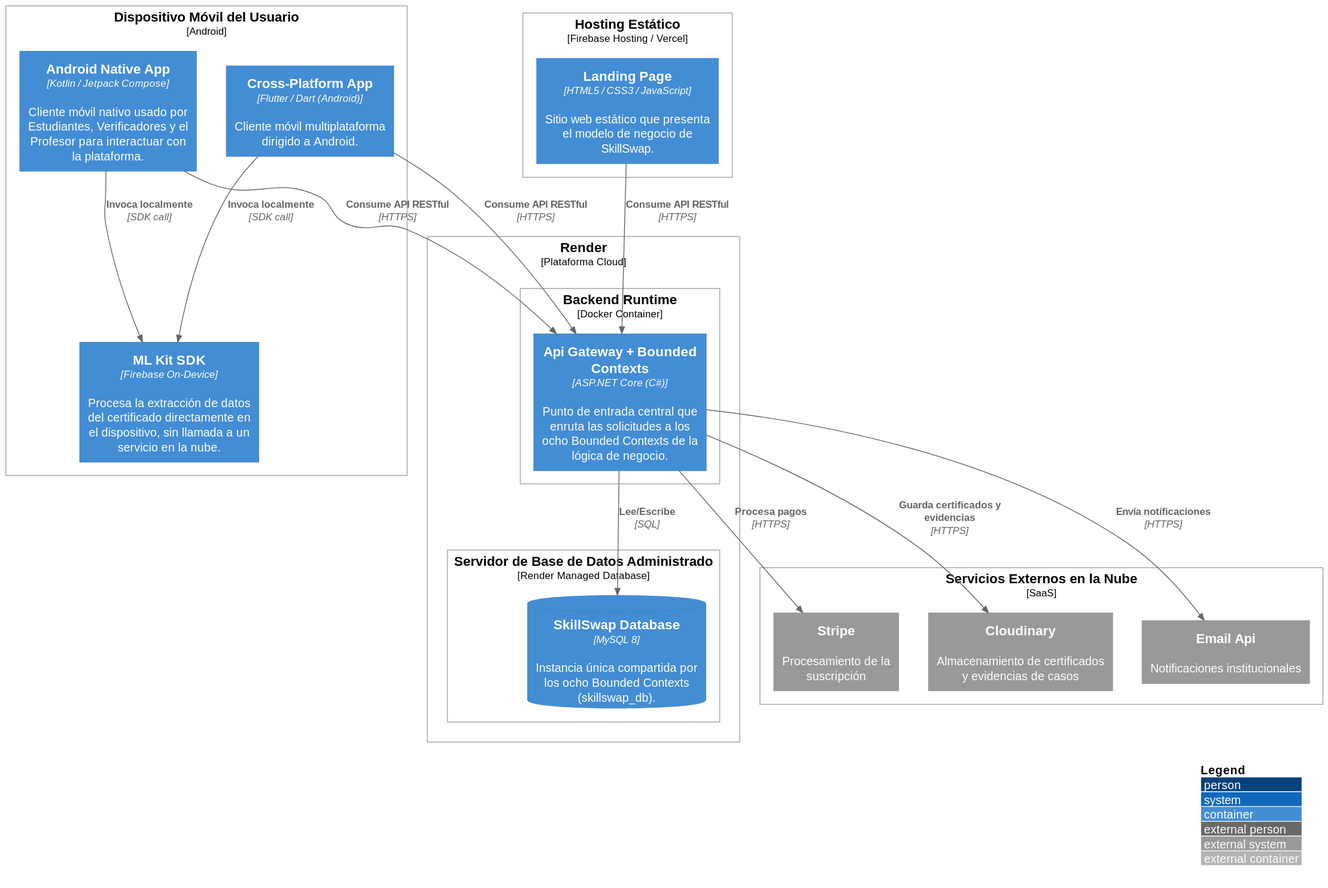
Before: images-doc/SkillSwapDeployment.svg, a diagram exported from PlantUML (Aplicaciones-Dispositivos-Moviles/SkillSwap-ProjectReport).
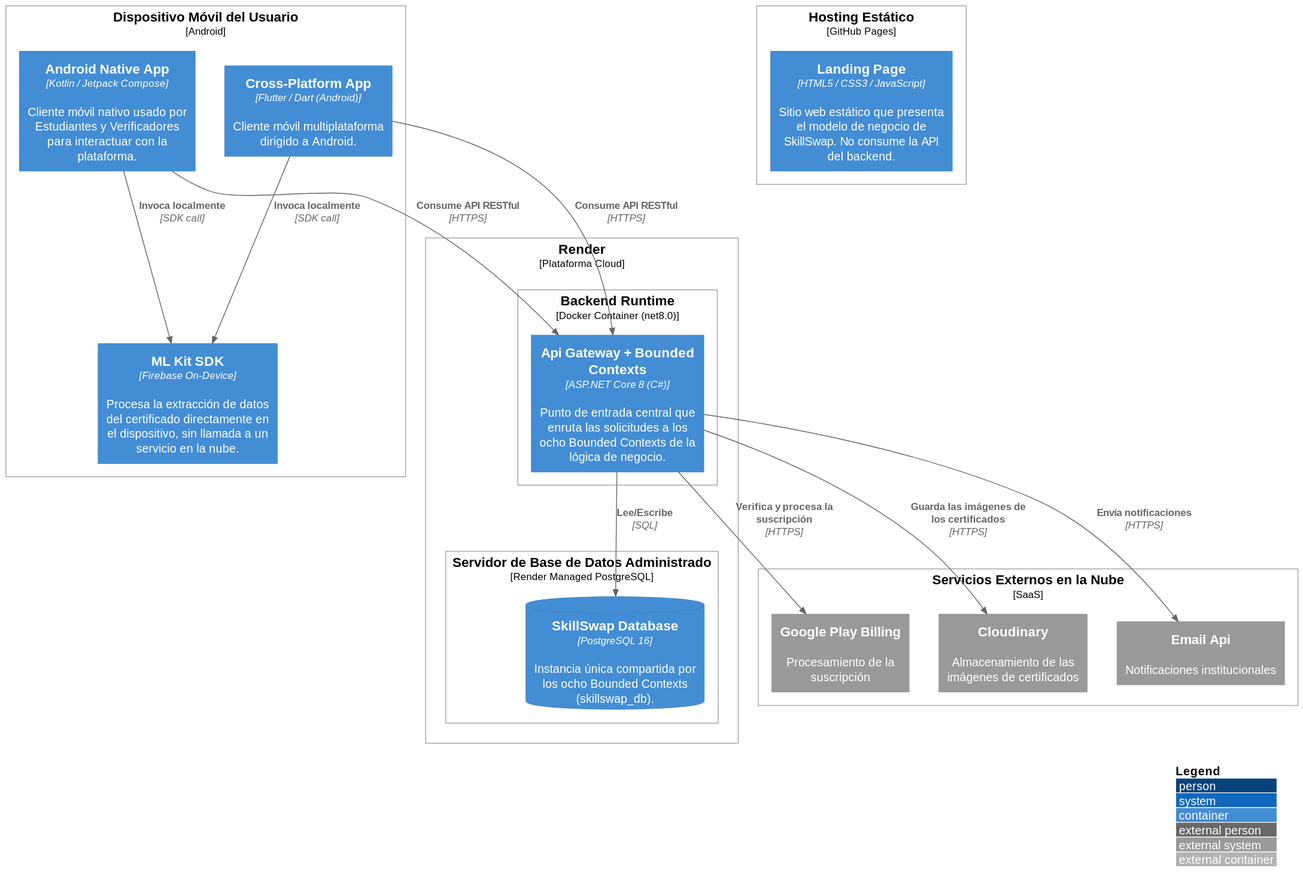
After the commit.

The edit, as a diff of the source:
```diff
@@ -4,28 +4,28 @@
 LAYOUT_WITH_LEGEND()
 
 Deployment_Node(userDevice, "Dispositivo Móvil del Usuario", "Android"){
-    Container(androidApp, "Android Native App", "Kotlin / Jetpack Compose", "Cliente móvil nativo usado por Estudiantes, Verificadores y el Profesor para interactuar con la plataforma.")
+    Container(androidApp, "Android Native App", "Kotlin / Jetpack Compose", "Cliente móvil nativo usado por Estudiantes y Verificadores para interactuar con la plataforma.")
     Container(flutterApp, "Cross-Platform App", "Flutter / Dart (Android)", "Cliente móvil multiplataforma dirigido a Android.")
     Container(mlKitSdk, "ML Kit SDK", "Firebase On-Device", "Procesa la extracción de datos del certificado directamente en el dispositivo, sin llamada a un servicio en la nube.")
 }
 
-Deployment_Node(staticHosting, "Hosting Estático", "Firebase Hosting / Vercel"){
-    Container(landingPage, "Landing Page", "HTML5 / CSS3 / JavaScript", "Sitio web estático que presenta el modelo de negocio de SkillSwap.")
+Deployment_Node(staticHosting, "Hosting Estático", "GitHub Pages"){
+    Container(landingPage, "Landing Page", "HTML5 / CSS3 / JavaScript", "Sitio web estático que presenta el modelo de negocio de SkillSwap. No consume la API del backend.")
 }
 
 Deployment_Node(cloudPlatform, "Render", "Plataforma Cloud"){
-    Deployment_Node(backendRuntime, "Backend Runtime", "Docker Container"){
-        Container(apiGateway, "Api Gateway + Bounded Contexts", "ASP.NET Core (C#)", "Punto de entrada central que enruta las solicitudes a los ocho Bounded Contexts de la lógica de negocio.")
+    Deployment_Node(backendRuntime, "Backend Runtime", "Docker Container (net8.0)"){
+        Container(apiGateway, "Api Gateway + Bounded Contexts", "ASP.NET Core 8 (C#)", "Punto de entrada central que enruta las solicitudes a los ocho Bounded Contexts de la lógica de negocio.")
     }
-    Deployment_Node(dbServer, "Servidor de Base de Datos Administrado", "Render Managed Database"){
-        ContainerDb(mainDB, "SkillSwap Database", "MySQL 8", "Instancia única compartida por los ocho Bounded Contexts (skillswap_db).")
+    Deployment_Node(dbServer, "Servidor de Base de Datos Administrado", "Render Managed PostgreSQL"){
+        ContainerDb(mainDB, "SkillSwap Database", "PostgreSQL 16", "Instancia única compartida por los ocho Bounded Contexts (skillswap_db).")
     }
 }
 
 Deployment_Node(externalCloud, "Servicios Externos en la Nube", "SaaS"){
-    System_Ext(cloudStorage, "Cloudinary", "Almacenamiento de certificados y evidencias de casos")
+    System_Ext(cloudStorage, "Cloudinary", "Almacenamiento de las imágenes de certificados")
     System_Ext(emailService, "Email Api", "Notificaciones institucionales")
-    System_Ext(stripeApi, "Stripe", "Procesamiento de la suscripción")
+    System_Ext(googlePlayBilling, "Google Play Billing", "Procesamiento de la suscripción")
 }
 
 Rel(androidApp, mlKitSdk, "Invoca localmente", "SDK call")
@@ -33,11 +33,10 @@
 
 Rel(androidApp, apiGateway, "Consume API RESTful", "HTTPS")
 Rel(flutterApp, apiGateway, "Consume API RESTful", "HTTPS")
-Rel(landingPage, apiGateway, "Consume API RESTful", "HTTPS")
 
 Rel(apiGateway, mainDB, "Lee/Escribe", "SQL")
 
-Rel(apiGateway, cloudStorage, "Guarda certificados y evidencias", "HTTPS")
+Rel(apiGateway, cloudStorage, "Guarda las imágenes de los certificados", "HTTPS")
 Rel(apiGateway, emailService, "Envía notificaciones", "HTTPS")
-Rel(apiGateway, stripeApi, "Procesa pagos", "HTTPS")
+Rel(apiGateway, googlePlayBilling, "Verifica y procesa la suscripción", "HTTPS")
 @enduml
```
